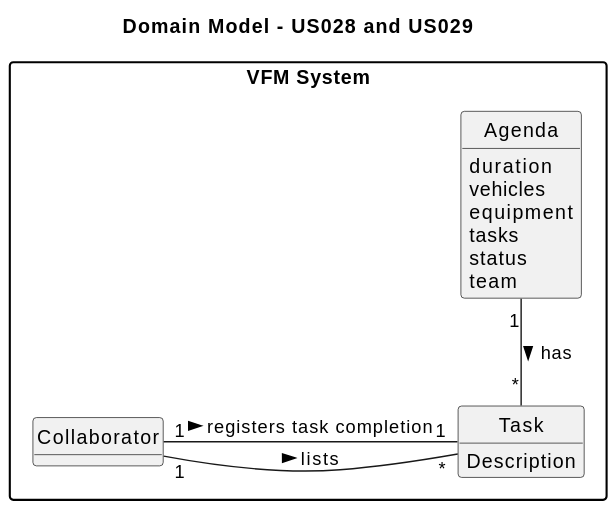
This is docs/sprintC/us028 and us029/02.analysis/svg/us028_29-domain-model-Domain_Model___US028_and_US029.svg from SAEmanuel/Green_Spaces_Management_ISEP, a PlantUML export, as it was before one commit.
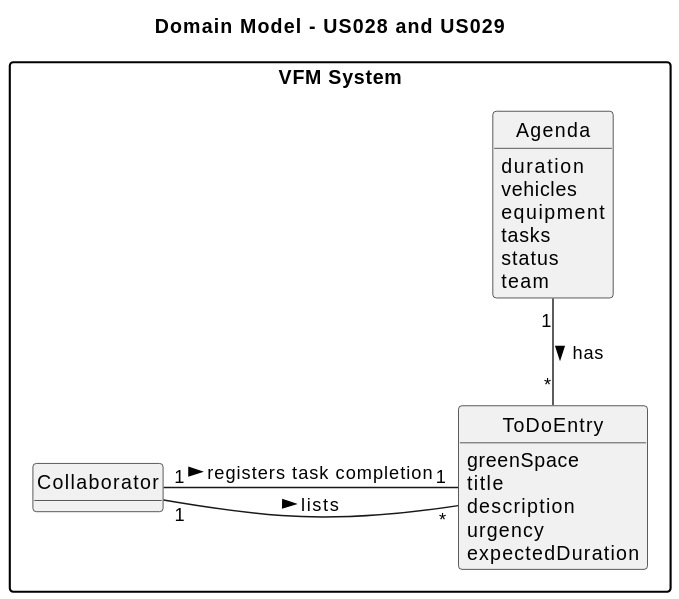
After the change.

Commit message:
Global artifacts: domain model

Change to the diagram source:
```diff
@@ -26,15 +26,19 @@
          team
 }
 
-class Task{
-        Description
+class ToDoEntry {
+         greenSpace
+         title
+         description
+         urgency
+         expectedDuration
 }
 
 
 
 
 
-Collaborator "1" -- "*" Task : lists >
-Collaborator "1" - "1" Task : registers task completion >
-Agenda "1" -- "*" Task : has >
+Collaborator "1" -- "*" ToDoEntry : lists >
+Collaborator "1" - "1" ToDoEntry : registers task completion >
+Agenda "1" -- "*" ToDoEntry : has >
 @enduml
```
